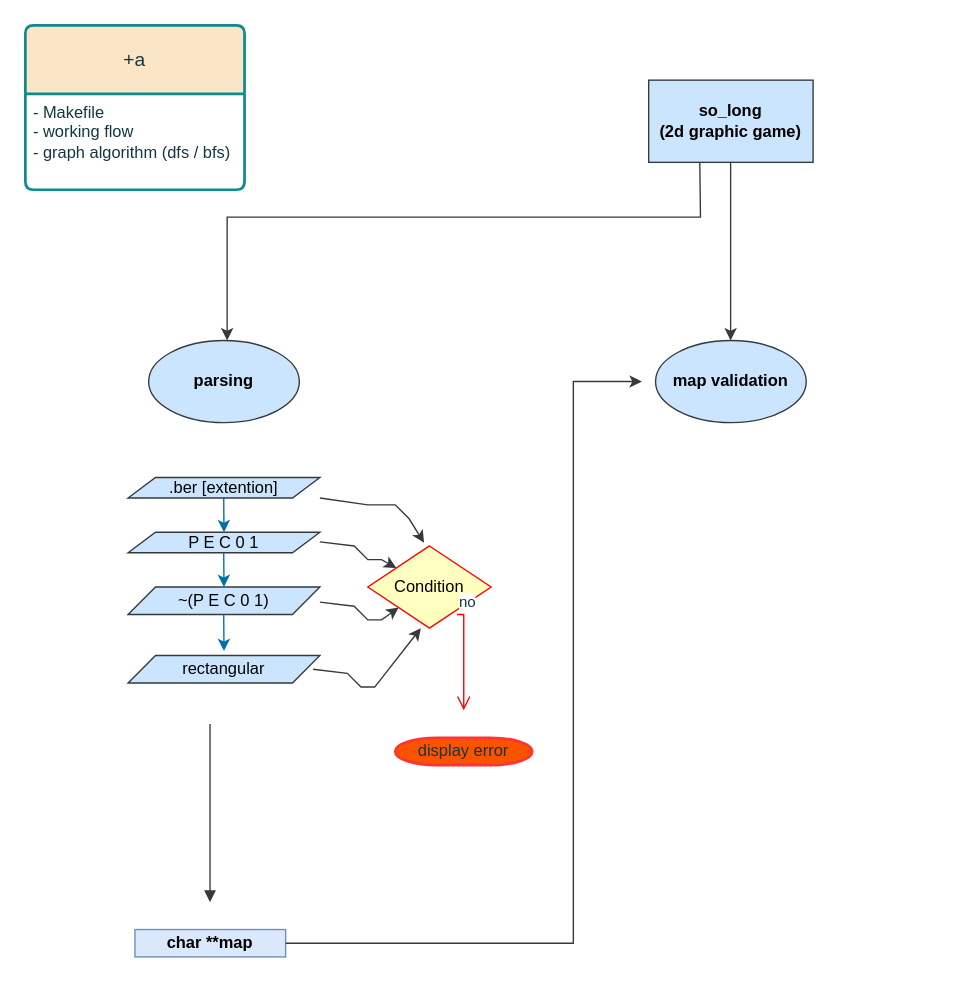
This is Untitled.drawio.drawio from dykim04/m_m, a draw.io file, before an edit. Source tidied: cells renumbered, new cells numbered last; positions are measured from the earlier drawing's top-left corner, leaving out a move shared by most shapes. Both pictures are drawn from the tidied source at 137%, with x=0, y=0 at pixel (25, 25).
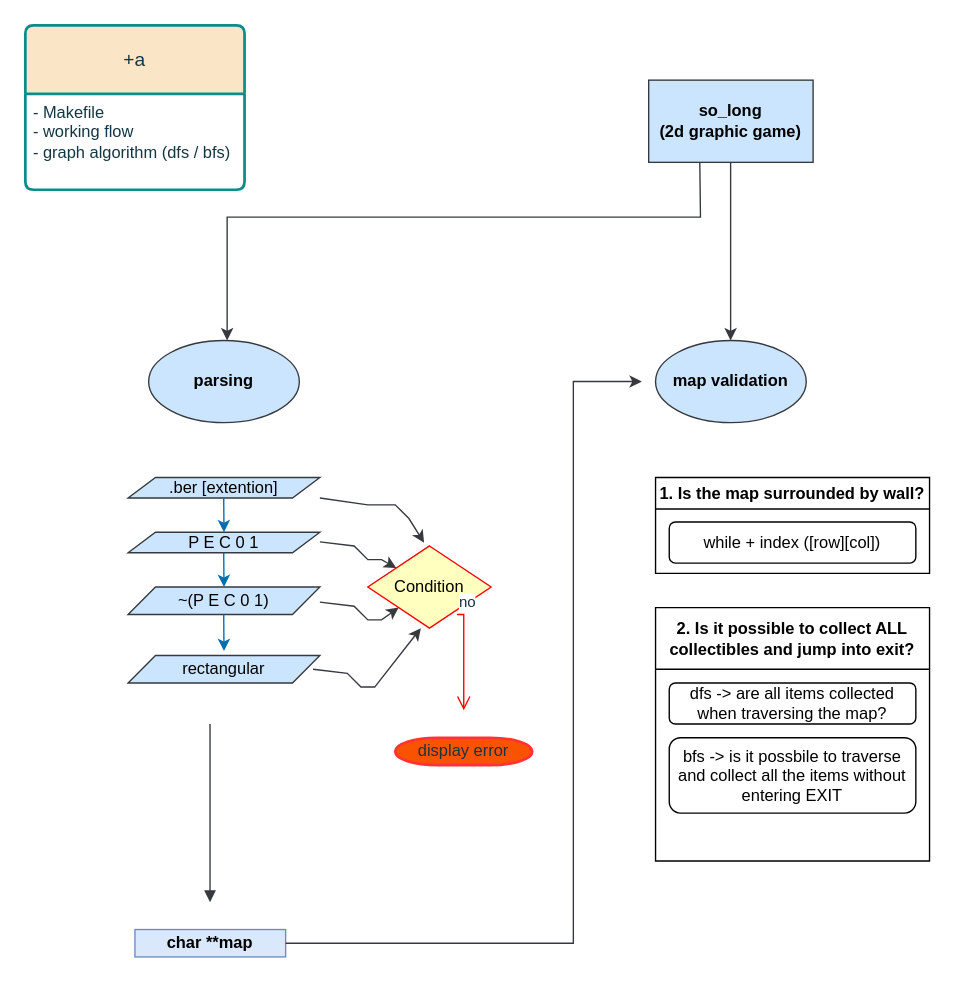
The same page after the edit.

Diff of the diagram source:
```diff
@@
+    <mxCell id="27" value="1. Is the map surrounded by wall?" style="swimlane;whiteSpace=wrap;html=1;align=center;" parent="1" vertex="1">
+      <mxGeometry x="460" y="330" width="200" height="70" as="geometry" />
+    </mxCell>
+    <mxCell id="28" value="while + index ([row][col])" style="rounded=1;whiteSpace=wrap;html=1;" parent="27" vertex="1">
+      <mxGeometry x="10" y="32.5" width="180" height="30" as="geometry" />
+    </mxCell>
+    <mxCell id="29" value="2. Is it possible to collect ALL collectibles and jump into exit?" style="swimlane;whiteSpace=wrap;html=1;startSize=45;align=center;" parent="1" vertex="1">
+      <mxGeometry x="460" y="425" width="200" height="185" as="geometry" />
+    </mxCell>
+    <mxCell id="30" value="dfs -&amp;gt; are all items collected when traversing the map?" style="rounded=1;whiteSpace=wrap;html=1;" parent="29" vertex="1">
+      <mxGeometry x="10" y="55" width="180" height="30" as="geometry" />
+    </mxCell>
+    <mxCell id="31" value="bfs -&amp;gt; is it possbile to traverse and collect all the items without entering EXIT" style="rounded=1;whiteSpace=wrap;html=1;align=center;" parent="29" vertex="1">
+      <mxGeometry x="10" y="95" width="180" height="55" as="geometry" />
+    </mxCell>
```
